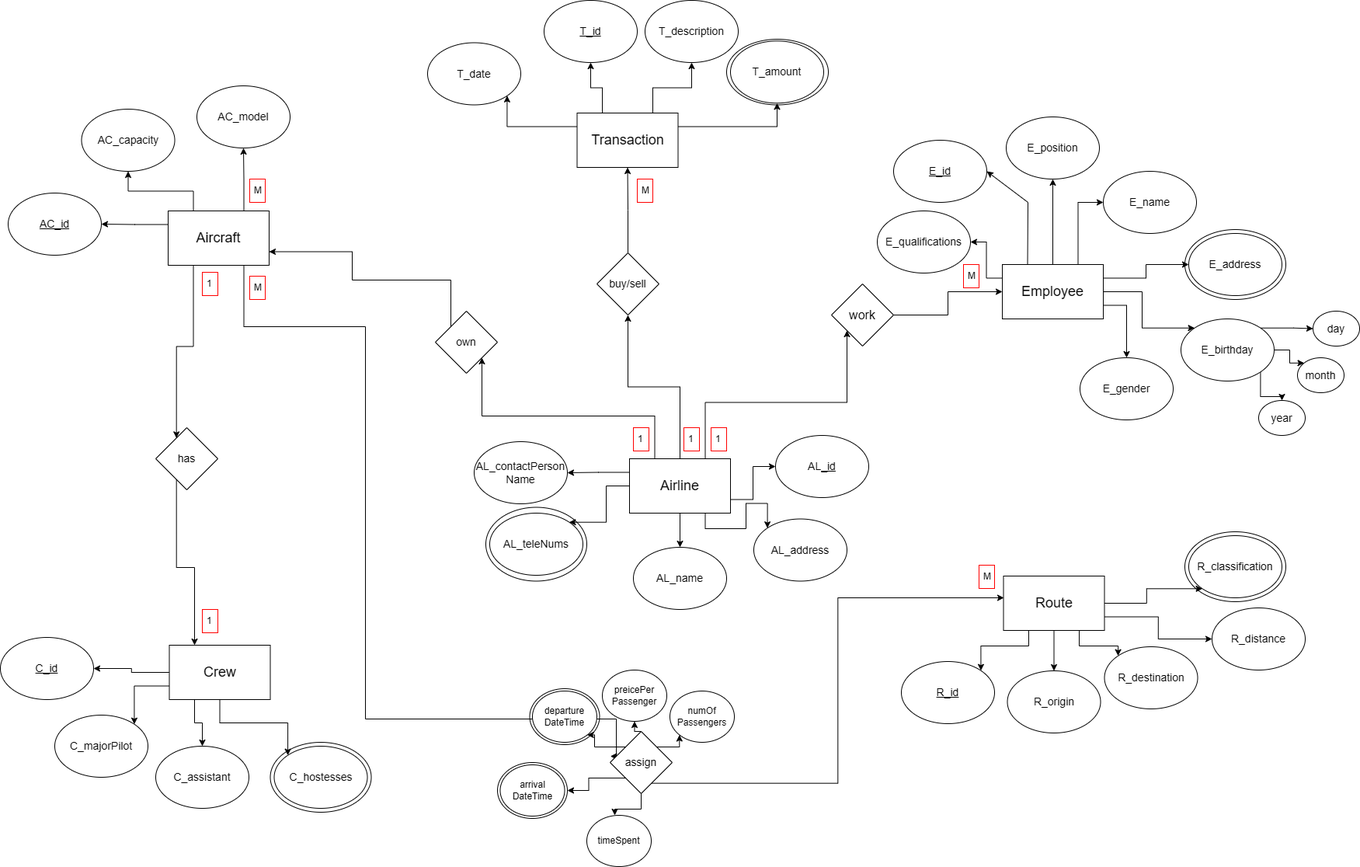
Above: labs/Database/Lab_1/Problem_4.png in ku18m/iti-dotnet (draw.io), before the change. Source tidied: cells renumbered, new cells last; positions are measured from the earlier drawing's top-left corner, leaving out a move shared by most shapes.
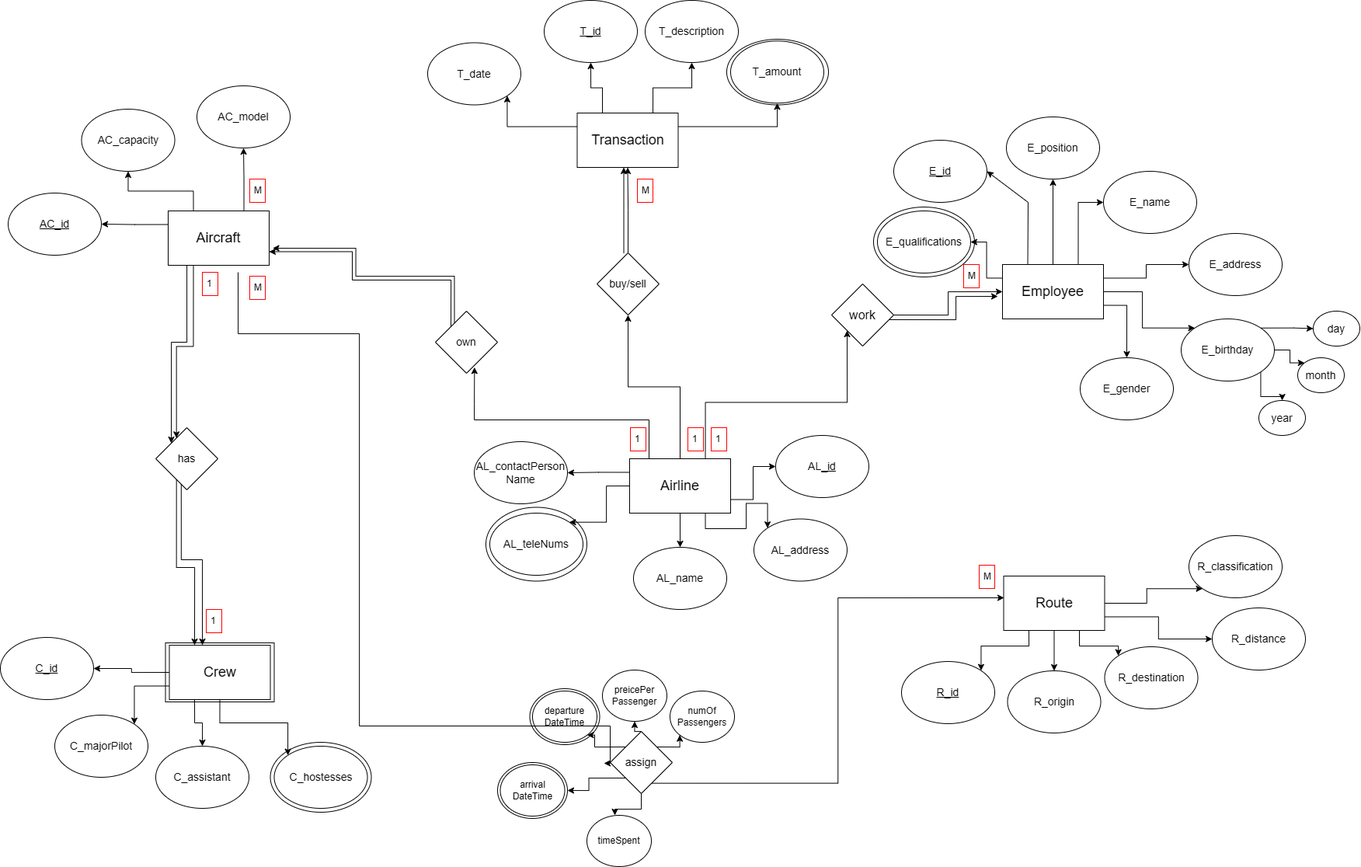
After the commit.

The edit, as a diff of the source:
```diff
@@ -2,6 +2,12 @@
   <root>
     <mxCell id="0" />
     <mxCell id="1" parent="0" />
+    <mxCell id="112" style="ellipse;whiteSpace=wrap;html=1;" parent="1" vertex="1">
+      <mxGeometry x="1124" y="266" width="130" height="90" as="geometry" />
+    </mxCell>
+    <mxCell id="113" style="rounded=0;whiteSpace=wrap;html=1;" parent="1" vertex="1">
+      <mxGeometry x="212.5" y="827" width="140" height="76" as="geometry" />
+    </mxCell>
     <mxCell id="2" style="ellipse;whiteSpace=wrap;html=1;" parent="1" vertex="1">
       <mxGeometry x="640" y="981" width="90" height="72" as="geometry" />
     </mxCell>
@@ -14,15 +20,9 @@
     <mxCell id="5" style="ellipse;whiteSpace=wrap;html=1;" parent="1" vertex="1">
       <mxGeometry x="347.5" y="955" width="130" height="90" as="geometry" />
     </mxCell>
-    <mxCell id="6" style="ellipse;whiteSpace=wrap;html=1;" parent="1" vertex="1">
-      <mxGeometry x="1525" y="684" width="130" height="90" as="geometry" />
-    </mxCell>
     <mxCell id="7" style="ellipse;whiteSpace=wrap;html=1;" parent="1" vertex="1">
       <mxGeometry x="625" y="652.5" width="130" height="95" as="geometry" />
     </mxCell>
-    <mxCell id="8" style="ellipse;whiteSpace=wrap;html=1;" parent="1" vertex="1">
-      <mxGeometry x="1525" y="295" width="130" height="90" as="geometry" />
-    </mxCell>
     <mxCell id="9" style="edgeStyle=orthogonalEdgeStyle;rounded=0;jettySize=auto;html=1;exitX=0;exitY=0.25;exitDx=0;exitDy=0;entryX=1;entryY=0.5;entryDx=0;entryDy=0;" parent="1" edge="1" source="18" target="21">
       <mxGeometry relative="1" as="geometry" />
     </mxCell>
@@ -44,9 +44,6 @@
     <mxCell id="15" style="edgeStyle=orthogonalEdgeStyle;rounded=0;jettySize=auto;html=1;exitX=0.75;exitY=0;exitDx=0;exitDy=0;entryX=0;entryY=1;entryDx=0;entryDy=0;" parent="1" edge="1" source="18" target="82">
       <mxGeometry relative="1" as="geometry" />
     </mxCell>
-    <mxCell id="16" style="edgeStyle=orthogonalEdgeStyle;rounded=0;jettySize=auto;html=1;exitX=0.25;exitY=0;exitDx=0;exitDy=0;entryX=1;entryY=1;entryDx=0;entryDy=0;" parent="1" edge="1" source="18" target="86">
-      <mxGeometry relative="1" as="geometry" />
-    </mxCell>
     <mxCell id="17" style="edgeStyle=orthogonalEdgeStyle;rounded=0;jettySize=auto;html=1;exitX=0.5;exitY=0;exitDx=0;exitDy=0;entryX=0.5;entryY=1;entryDx=0;entryDy=0;" parent="1" edge="1" source="109" target="76">
       <mxGeometry relative="1" as="geometry" />
     </mxCell>
@@ -268,7 +265,7 @@
       <mxGeometry x="560" y="400" width="80" height="80" as="geometry" />
     </mxCell>
     <mxCell id="87" value="1" style="text;strokeColor=#FF0000;fillColor=none;align=left;verticalAlign=middle;spacingLeft=4;spacingRight=4;overflow=hidden;whiteSpace=wrap;html=1;" parent="1" vertex="1">
-      <mxGeometry x="815" y="550" width="20" height="30" as="geometry" />
+      <mxGeometry x="811" y="550" width="20" height="30" as="geometry" />
     </mxCell>
     <mxCell id="88" value="M" style="text;strokeColor=#FF0000;fillColor=none;align=left;verticalAlign=middle;spacingLeft=4;spacingRight=4;overflow=hidden;whiteSpace=wrap;html=1;" parent="1" vertex="1">
       <mxGeometry x="321" y="230" width="20" height="30" as="geometry" />
@@ -276,16 +273,6 @@
     <mxCell id="89" style="edgeStyle=orthogonalEdgeStyle;rounded=0;jettySize=auto;html=1;exitX=0.75;exitY=1;exitDx=0;exitDy=0;entryX=0.004;entryY=0.4;entryDx=0;entryDy=0;entryPerimeter=0;" parent="1" edge="1" source="95" target="58">
       <mxGeometry relative="1" as="geometry" />
     </mxCell>
-    <mxCell id="90" style="edgeStyle=orthogonalEdgeStyle;rounded=0;jettySize=auto;html=1;exitX=0.75;exitY=1;exitDx=0;exitDy=0;entryX=0.004;entryY=0.4;entryDx=0;entryDy=0;entryPerimeter=0;" parent="1" edge="1" source="49" target="95">
-      <mxGeometry relative="1" as="geometry">
-        <Array as="points">
-          <mxPoint x="314" y="420" />
-          <mxPoint x="470" y="420" />
-          <mxPoint x="470" y="925" />
-          <mxPoint x="793" y="925" />
-        </Array>
-      </mxGeometry>
-    </mxCell>
     <mxCell id="91" style="edgeStyle=orthogonalEdgeStyle;rounded=0;jettySize=auto;html=1;exitX=0;exitY=1;exitDx=0;exitDy=0;entryX=1;entryY=0.5;entryDx=0;entryDy=0;" parent="1" edge="1" source="95" target="2">
       <mxGeometry relative="1" as="geometry" />
     </mxCell>
@@ -335,7 +322,7 @@
       <mxGeometry x="260" y="350" width="20" height="30" as="geometry" />
     </mxCell>
     <mxCell id="107" value="1" style="text;strokeColor=#FF0000;fillColor=none;align=left;verticalAlign=middle;spacingLeft=4;spacingRight=4;overflow=hidden;whiteSpace=wrap;html=1;" parent="1" vertex="1">
-      <mxGeometry x="260" y="784" width="20" height="30" as="geometry" />
+      <mxGeometry x="265" y="784" width="20" height="30" as="geometry" />
     </mxCell>
     <mxCell id="108" style="edgeStyle=orthogonalEdgeStyle;rounded=0;jettySize=auto;html=1;exitX=0.5;exitY=0;exitDx=0;exitDy=0;entryX=0.5;entryY=1;entryDx=0;entryDy=0;" parent="1" edge="1" source="18" target="109">
       <mxGeometry relative="1" as="geometry" />
@@ -344,10 +331,77 @@
       <mxGeometry x="768" y="325" width="80" height="80" as="geometry" />
     </mxCell>
     <mxCell id="110" value="1" style="text;strokeColor=#FF0000;fillColor=none;align=left;verticalAlign=middle;spacingLeft=4;spacingRight=4;overflow=hidden;whiteSpace=wrap;html=1;" parent="1" vertex="1">
-      <mxGeometry x="880" y="550" width="20" height="30" as="geometry" />
+      <mxGeometry x="885" y="550" width="20" height="30" as="geometry" />
     </mxCell>
     <mxCell id="111" value="M" style="text;strokeColor=#FF0000;fillColor=none;align=left;verticalAlign=middle;spacingLeft=4;spacingRight=4;overflow=hidden;whiteSpace=wrap;html=1;" parent="1" vertex="1">
       <mxGeometry x="820" y="230" width="20" height="30" as="geometry" />
     </mxCell>
+    <mxCell id="114" style="edgeStyle=orthogonalEdgeStyle;rounded=0;orthogonalLoop=1;jettySize=auto;html=1;exitX=0.5;exitY=0;exitDx=0;exitDy=0;entryX=0.5;entryY=1;entryDx=0;entryDy=0;" parent="1" edge="1">
+      <mxGeometry relative="1" as="geometry">
+        <mxPoint x="802.5" y="325" as="sourcePoint" />
+        <mxPoint x="802.5" y="215" as="targetPoint" />
+      </mxGeometry>
+    </mxCell>
+    <mxCell id="115" style="edgeStyle=orthogonalEdgeStyle;rounded=0;orthogonalLoop=1;jettySize=auto;html=1;exitX=0;exitY=0;exitDx=0;exitDy=0;entryX=1;entryY=0.75;entryDx=0;entryDy=0;" parent="1" edge="1">
+      <mxGeometry relative="1" as="geometry">
+        <mxPoint x="584.5" y="415" as="sourcePoint" />
+        <mxPoint x="350.5" y="319" as="targetPoint" />
+        <Array as="points">
+          <mxPoint x="584.5" y="355" />
+          <mxPoint x="457.5" y="355" />
+          <mxPoint x="457.5" y="319" />
+        </Array>
+      </mxGeometry>
+    </mxCell>
+    <mxCell id="116" style="edgeStyle=orthogonalEdgeStyle;rounded=0;orthogonalLoop=1;jettySize=auto;html=1;exitX=1;exitY=0.5;exitDx=0;exitDy=0;entryX=0;entryY=0.5;entryDx=0;entryDy=0;" parent="1" edge="1">
+      <mxGeometry relative="1" as="geometry">
+        <mxPoint x="1144" y="411" as="sourcePoint" />
+        <mxPoint x="1284" y="381" as="targetPoint" />
+        <Array as="points">
+          <mxPoint x="1230" y="411" />
+          <mxPoint x="1230" y="381" />
+        </Array>
+      </mxGeometry>
+    </mxCell>
+    <mxCell id="117" style="edgeStyle=orthogonalEdgeStyle;rounded=0;jettySize=auto;html=1;exitX=0.41;exitY=0.915;exitDx=0;exitDy=0;exitPerimeter=0;entryX=0.327;entryY=0;entryDx=0;entryDy=0;entryPerimeter=0;" parent="1" edge="1" source="105" target="68">
+      <mxGeometry relative="1" as="geometry">
+        <Array as="points">
+          <mxPoint x="233" y="720" />
+          <mxPoint x="260" y="720" />
+        </Array>
+      </mxGeometry>
+    </mxCell>
+    <mxCell id="118" style="edgeStyle=orthogonalEdgeStyle;rounded=0;jettySize=auto;html=1;exitX=0.25;exitY=0;exitDx=0;exitDy=0;entryX=0.629;entryY=0.904;entryDx=0;entryDy=0;entryPerimeter=0;" parent="1" edge="1" target="86">
+      <mxGeometry relative="1" as="geometry">
+        <mxPoint x="835" y="589.5" as="sourcePoint" />
+        <Array as="points">
+          <mxPoint x="835" y="540" />
+          <mxPoint x="610" y="540" />
+          <mxPoint x="610" y="520" />
+        </Array>
+      </mxGeometry>
+    </mxCell>
+    <mxCell id="119" style="edgeStyle=orthogonalEdgeStyle;rounded=0;orthogonalLoop=1;jettySize=auto;html=1;exitX=0.75;exitY=1;exitDx=0;exitDy=0;entryX=0.004;entryY=0.4;entryDx=0;entryDy=0;entryPerimeter=0;" parent="1" edge="1">
+      <mxGeometry relative="1" as="geometry">
+        <mxPoint x="306" y="350" as="sourcePoint" />
+        <mxPoint x="777" y="982" as="targetPoint" />
+        <Array as="points">
+          <mxPoint x="306" y="429" />
+          <mxPoint x="462" y="429" />
+          <mxPoint x="462" y="934" />
+          <mxPoint x="785" y="934" />
+        </Array>
+      </mxGeometry>
+    </mxCell>
+    <mxCell id="120" style="edgeStyle=orthogonalEdgeStyle;rounded=0;jettySize=auto;html=1;exitX=0.25;exitY=1;exitDx=0;exitDy=0;entryX=0;entryY=0;entryDx=0;entryDy=0;" parent="1" edge="1" target="105">
+      <mxGeometry relative="1" as="geometry">
+        <mxPoint x="234.9" y="341" as="sourcePoint" />
+        <Array as="points">
+          <mxPoint x="240" y="341" />
+          <mxPoint x="240" y="440" />
+          <mxPoint x="220" y="440" />
+        </Array>
+      </mxGeometry>
+    </mxCell>
   </root>
 </mxGraphModel>
```
